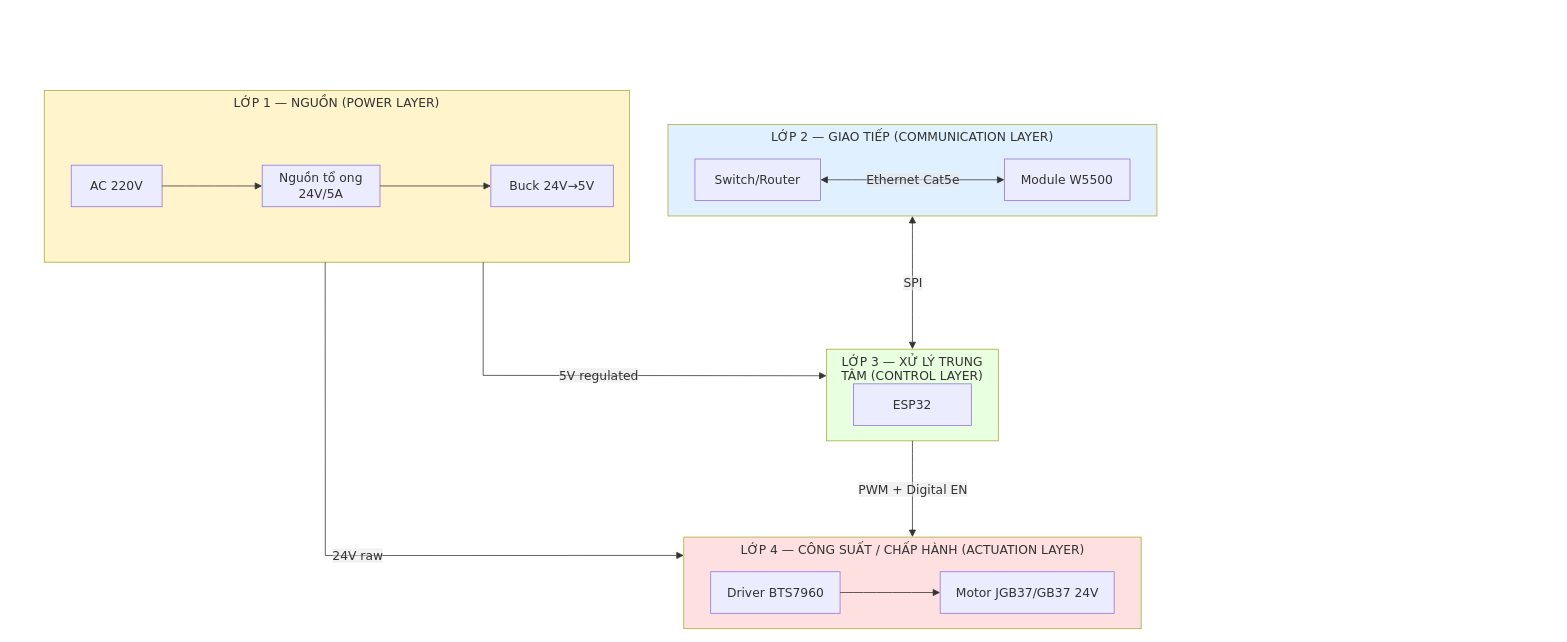
Before: Kiến trúc phần cứng.drawio in phamgiavinh121105-coder/Conveyor_control, a draw.io diagram. Source tidied: cells renumbered, new cells numbered last; positions are measured from the earlier drawing's top-left corner, leaving out a move shared by most shapes. Both pictures are drawn from the tidied source at 77%, with x=0, y=0 at pixel (13, 13).
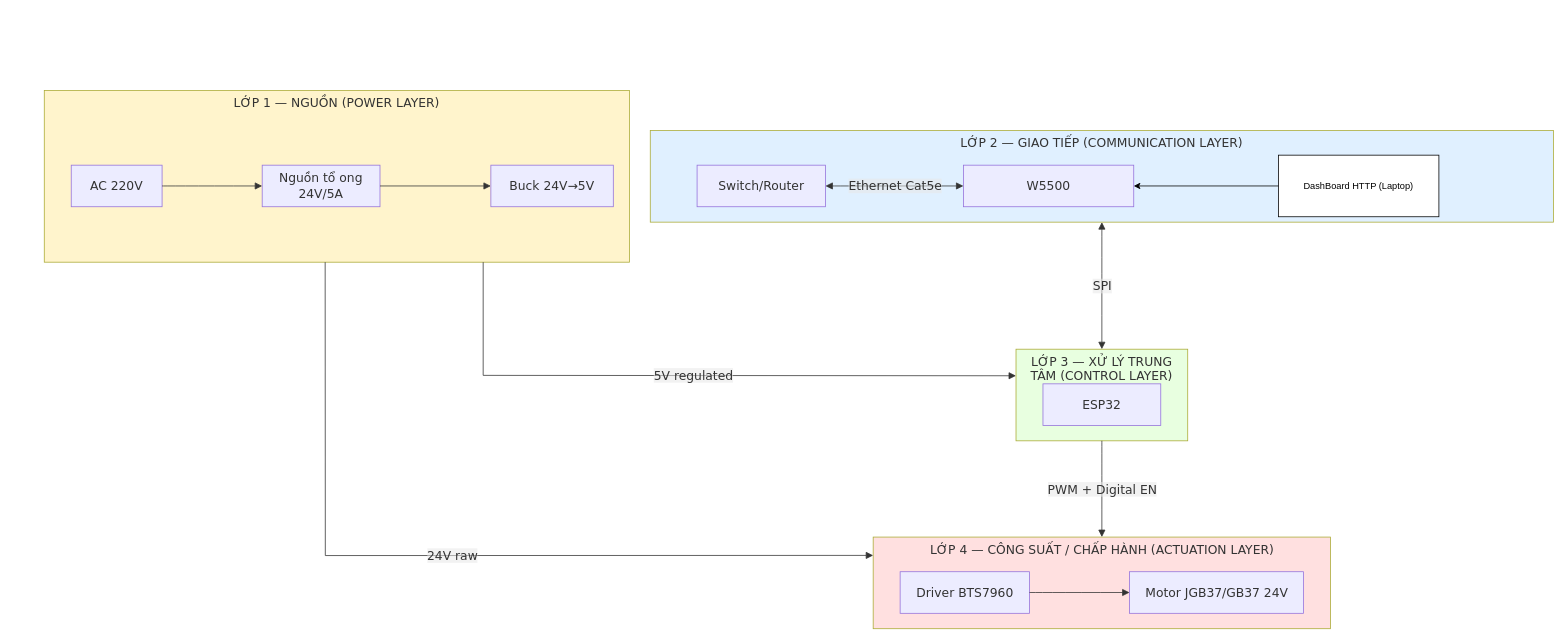
Above is the later version.

Commit message:
Cập nhật Kiến trúc phần cứng.drawio

Unchanged cells that the change refers to:
```xml
<mxCell id="2" style="group;transparentBounds=1;editIcon=1;lockedGroup=0;groupPadding=20;" parent="1" vertex="1">
  <mxGeometry as="geometry" />
</mxCell>
```

The edit, as a diff of the source:
```diff
@@
     <mxCell id="7" value="LỚP 2 — GIAO TIẾP (COMMUNICATION LAYER)" style="html=1;whiteSpace=wrap;strokeWidth=1;verticalAlign=top;fillColor=#e0f0ff;strokeColor=light-dark(#aaaa33,#cccccc);fontColor=light-dark(#333333,#cccccc);fontFamily=Trebuchet MS,Verdana,Arial,sans-serif;fontSize=16;" parent="2" vertex="1">
-      <mxGeometry x="850" y="144" width="635" height="119" as="geometry" />
+      <mxGeometry x="827" y="152" width="1173" height="119" as="geometry" />
     </mxCell>
     <mxCell id="8" value="Switch/Router" style="html=1;whiteSpace=wrap;strokeWidth=1;fillColor=light-dark(#ECECFF,#1f2020);strokeColor=light-dark(#9370DB,#cccccc);fontColor=light-dark(#333333,#cccccc);fontFamily=Trebuchet MS,Verdana,Arial,sans-serif;fontSize=16;" parent="7" vertex="1">
-      <mxGeometry x="35" y="45" width="163" height="54" as="geometry" />
+      <mxGeometry x="60.8" y="45" width="166.7" height="54" as="geometry" />
     </mxCell>
-    <mxCell id="9" value="Module W5500" style="html=1;whiteSpace=wrap;strokeWidth=1;fillColor=light-dark(#ECECFF,#1f2020);strokeColor=light-dark(#9370DB,#cccccc);fontColor=light-dark(#333333,#cccccc);fontFamily=Trebuchet MS,Verdana,Arial,sans-serif;fontSize=16;" parent="7" vertex="1">
-      <mxGeometry x="437" y="45" width="163" height="54" as="geometry" />
+    <mxCell id="9" value="W5500" style="html=1;whiteSpace=wrap;strokeWidth=1;fillColor=light-dark(#ECECFF,#1f2020);strokeColor=light-dark(#9370DB,#cccccc);fontColor=light-dark(#333333,#cccccc);fontFamily=Trebuchet MS,Verdana,Arial,sans-serif;fontSize=16;" parent="7" vertex="1">
+      <mxGeometry x="406.7" y="45" width="221.2" height="54" as="geometry" />
     </mxCell>
@@
+    <mxCell id="23" value="DashBoard HTTP (Laptop)" style="rounded=0;whiteSpace=wrap;html=1;" parent="7" vertex="1">
+      <mxGeometry x="815.9" y="32" width="208.3" height="80" as="geometry" />
+    </mxCell>
+    <mxCell id="24" style="endArrow=classic;html=1;rounded=0;exitX=0;exitY=0.5;exitDx=0;exitDy=0;entryX=1;entryY=0.5;entryDx=0;entryDy=0;" parent="7" edge="1" source="23" target="9">
+      <mxGeometry relative="1" as="geometry" />
+    </mxCell>
     <mxCell id="11" value="LỚP 3 — XỬ LÝ TRUNG TÂM (CONTROL LAYER)" style="html=1;whiteSpace=wrap;strokeWidth=1;verticalAlign=top;fillColor=#e8ffe0;strokeColor=light-dark(#aaaa33,#cccccc);fontColor=light-dark(#333333,#cccccc);fontFamily=Trebuchet MS,Verdana,Arial,sans-serif;fontSize=16;" parent="2" vertex="1">
-      <mxGeometry x="1056" y="436" width="223" height="119" as="geometry" />
+      <mxGeometry x="1302" y="436" width="223" height="119" as="geometry" />
     </mxCell>
@@
     <mxCell id="13" value="LỚP 4 — CÔNG SUẤT / CHẤP HÀNH (ACTUATION LAYER)" style="html=1;whiteSpace=wrap;strokeWidth=1;verticalAlign=top;fillColor=#ffe0e0;strokeColor=light-dark(#aaaa33,#cccccc);fontColor=light-dark(#333333,#cccccc);fontFamily=Trebuchet MS,Verdana,Arial,sans-serif;fontSize=16;" parent="2" vertex="1">
-      <mxGeometry x="870.5" y="680" width="594" height="119" as="geometry" />
+      <mxGeometry x="1116.5" y="680" width="594" height="119" as="geometry" />
     </mxCell>
```
